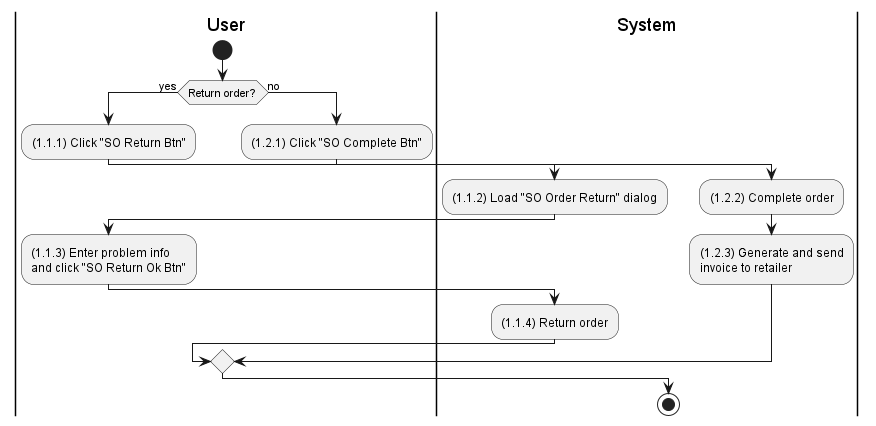
Above: activities/sales-order-complete.png in phihungha/scmss-reqs (PlantUML), before the change.
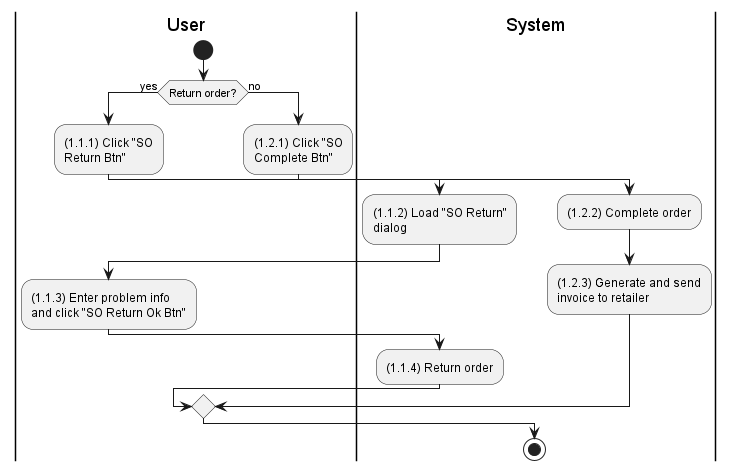
After the commit.

The edit, as a diff of the source:
```diff
@@ -6,10 +6,10 @@
 start
 if (Return order?) then (yes)
     |u|
-    :(1.1.1) Click "SO Return Btn";
+    :(1.1.1) Click "SO\nReturn Btn";
 
     |s|
-    :(1.1.2) Load "SO Order Return" dialog;
+    :(1.1.2) Load "SO Return"\ndialog;
 
     |u|
     :(1.1.3) Enter problem info\nand click "SO Return Ok Btn";
@@ -18,7 +18,7 @@
     :(1.1.4) Return order;
 else (no)
     |u|
-    :(1.2.1) Click "SO Complete Btn";
+    :(1.2.1) Click "SO\nComplete Btn";
 
     |s|
     :(1.2.2) Complete order;
```
